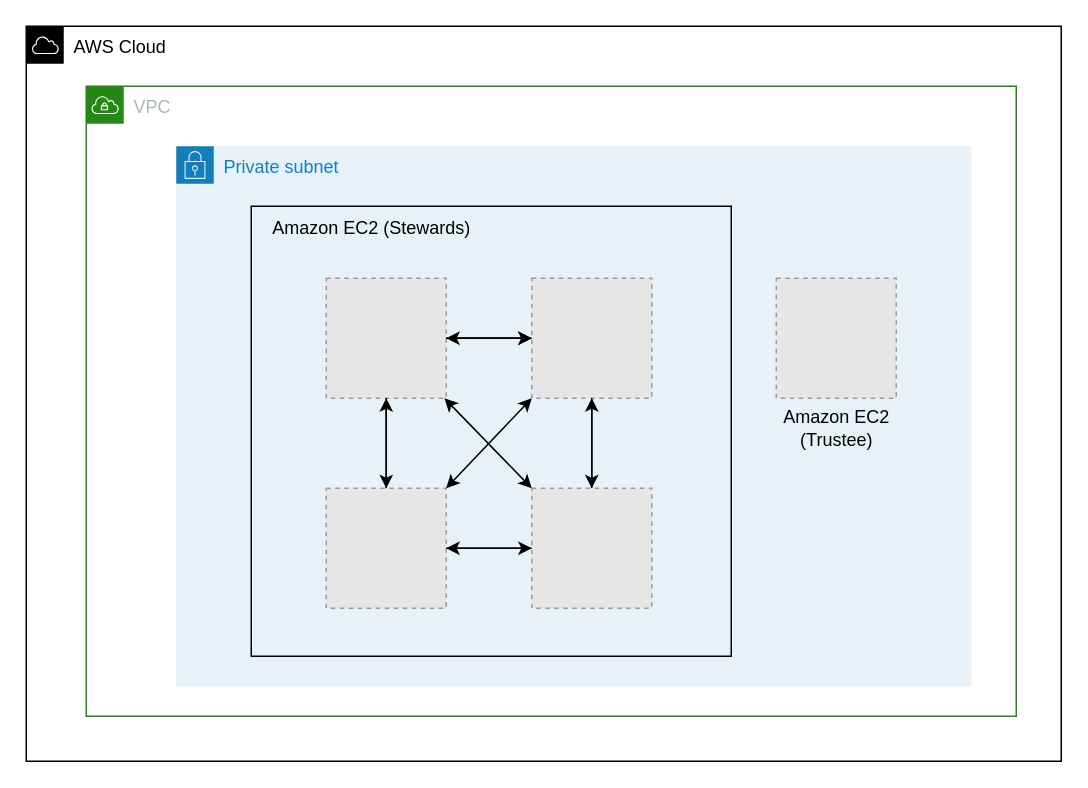
aws-samples/aws-blockchain-node-runners keeps this draw.io diagram as lib/indy/doc/assets/Architecture.drawio. Above is the earlier version. Source tidied: cells renumbered, new cells numbered last; positions are measured from the earlier drawing's top-left corner, leaving out a move shared by most shapes. Both pictures are drawn from the tidied source at 150%, with x=0, y=0 at pixel (26, 26). Pictures stored in the file or linked from it are replaced by grey dashed boxes.
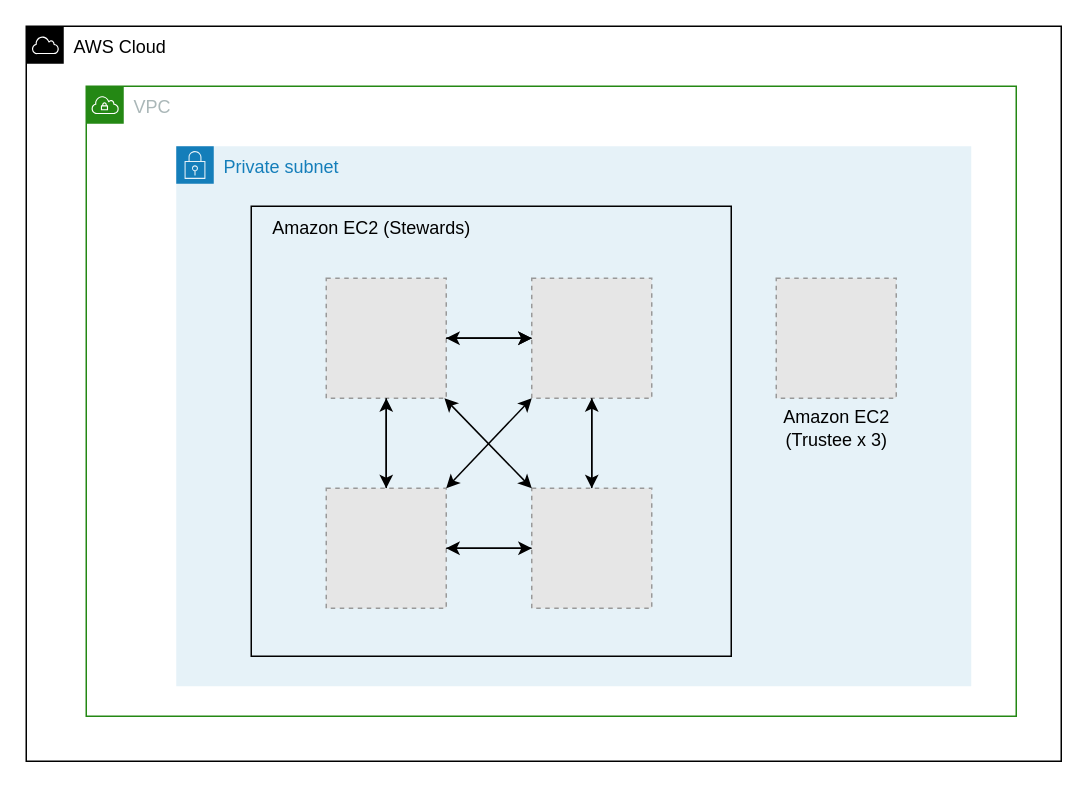
The same diagram, later.

Unchanged cells that the change refers to:
```xml
<mxCell id="4" value="Private subnet" style="gradientColor=none;html=1;whiteSpace=wrap;fontSize=12;fontStyle=0;shape=mxgraph.aws4.group;grIcon=mxgraph.aws4.group_security_group;grStroke=0;strokeColor=#147EBA;fillColor=#E6F2F8;verticalAlign=top;align=left;spacingLeft=30;fontColor=#147EBA;dashed=0;" parent="3" vertex="1">
  <mxGeometry x="60" y="40" width="530" height="360" as="geometry" />
</mxCell>
```

Change to the diagram source:
```diff
@@
-    <mxCell id="23" value="Amazon EC2&lt;br&gt;(Trustee)" style="text;html=1;align=center;verticalAlign=middle;strokeColor=none;fillColor=none;fontColor=#000000;" parent="4" vertex="1">
+    <mxCell id="23" value="Amazon EC2&lt;br&gt;(Trustee x 3)" style="text;html=1;align=center;verticalAlign=middle;strokeColor=none;fillColor=none;fontColor=#000000;" parent="4" vertex="1">
       <mxGeometry x="395" y="168" width="90" height="40" as="geometry" />
     </mxCell>
```
